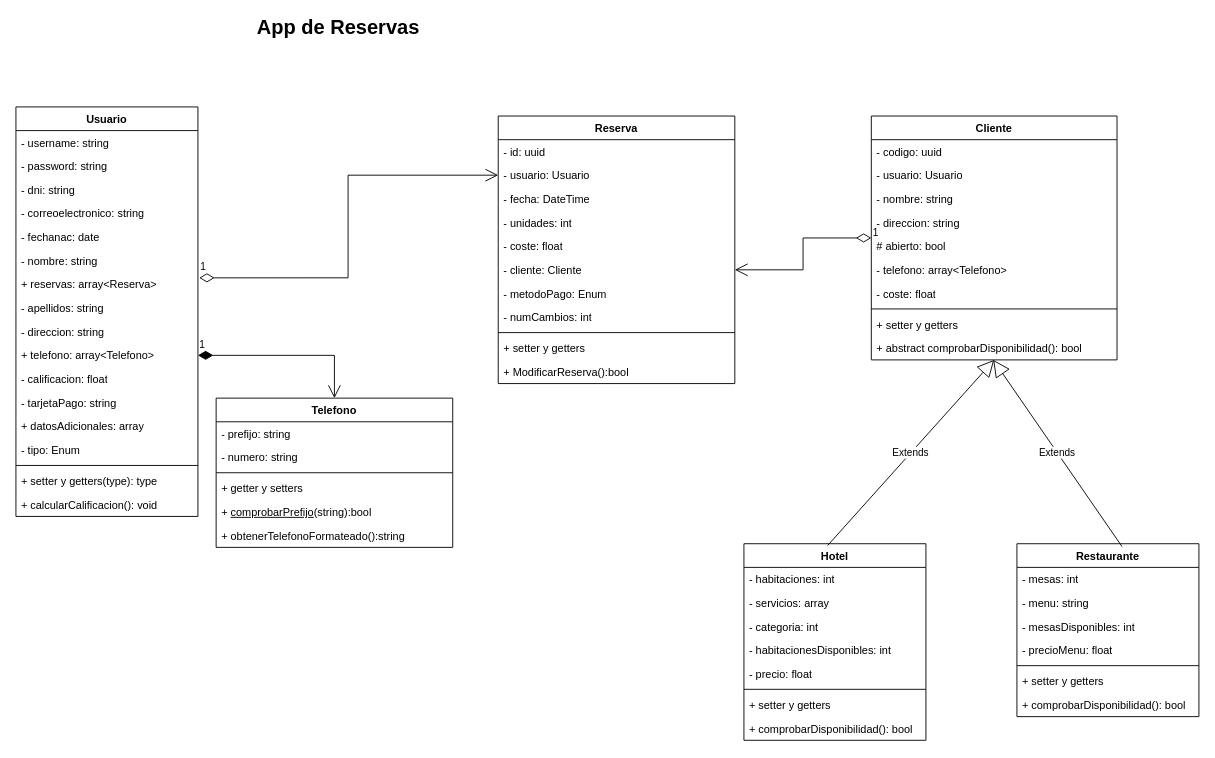
The draw.io diagram diagramas/proyecto2.drawio in migueltomasamat/examenOOTallerMecanico, before the edit. Source tidied: cells renumbered, new cells numbered last; positions are measured from the earlier drawing's top-left corner, leaving out a move shared by most shapes. Both pictures are drawn from the tidied source at 91%, with x=0, y=0 at pixel (15, 15).
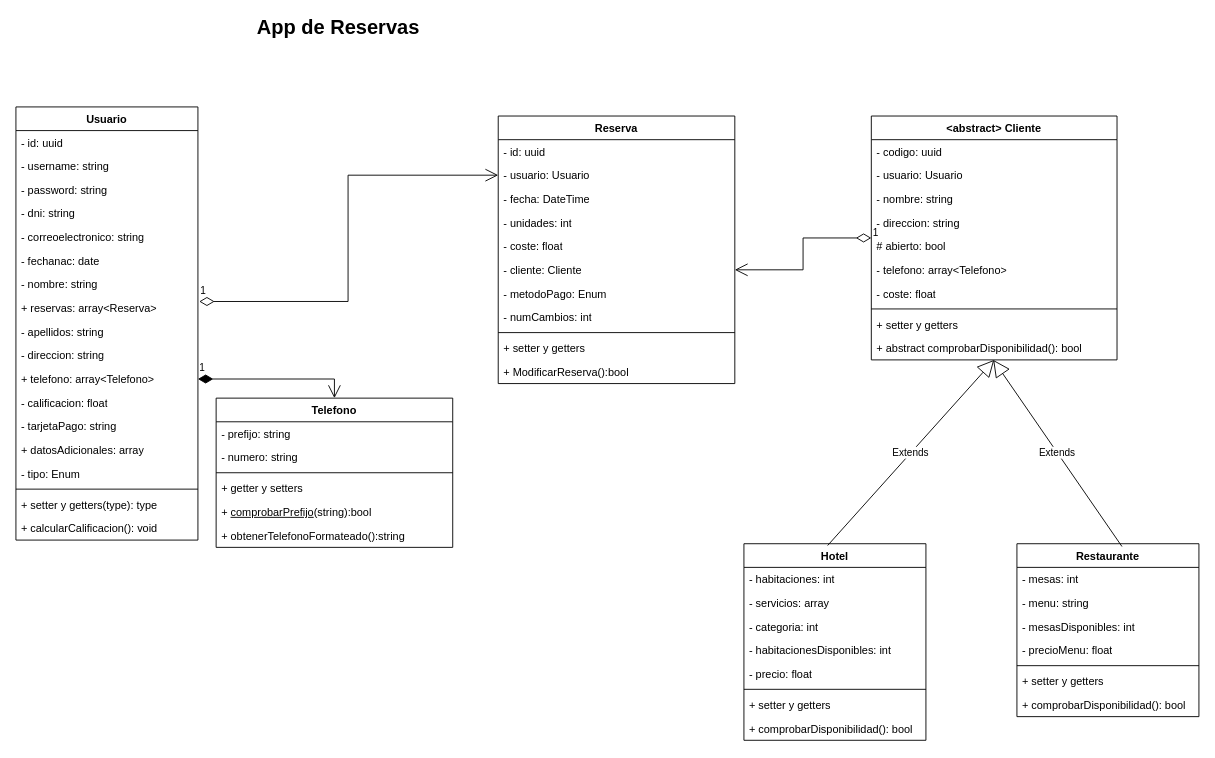
The same diagram, later.

Change to the diagram source:
```diff
@@
     <mxCell id="3" value="Usuario" style="swimlane;fontStyle=1;align=center;verticalAlign=top;horizontal=1;startSize=26;whiteSpace=wrap;html=1;" parent="1" vertex="1">
-      <mxGeometry y="100" width="200" height="450" as="geometry" />
+      <mxGeometry y="100" width="200" height="476" as="geometry" />
     </mxCell>
-    <mxCell id="4" value="- username: string" style="text;strokeColor=none;fillColor=none;align=left;verticalAlign=top;spacingLeft=4;spacingRight=4;overflow=hidden;whiteSpace=wrap;html=1;" parent="3" vertex="1">
+    <mxCell id="4" value="- id: uuid" style="text;strokeColor=none;fillColor=none;align=left;verticalAlign=top;spacingLeft=4;spacingRight=4;overflow=hidden;whiteSpace=wrap;html=1;" parent="3" vertex="1">
       <mxGeometry y="26" width="200" height="26" as="geometry" />
     </mxCell>
+    <mxCell id="73" value="- username: string" style="text;strokeColor=none;fillColor=none;align=left;verticalAlign=top;spacingLeft=4;spacingRight=4;overflow=hidden;whiteSpace=wrap;html=1;" parent="3" vertex="1">
+      <mxGeometry y="52" width="200" height="26" as="geometry" />
+    </mxCell>
     <mxCell id="5" value="- password: string" style="text;strokeColor=none;fillColor=none;align=left;verticalAlign=top;spacingLeft=4;spacingRight=4;overflow=hidden;whiteSpace=wrap;html=1;" parent="3" vertex="1">
-      <mxGeometry y="52" width="200" height="26" as="geometry" />
+      <mxGeometry y="78" width="200" height="26" as="geometry" />
     </mxCell>
     <mxCell id="6" value="- dni: string" style="text;strokeColor=none;fillColor=none;align=left;verticalAlign=top;spacingLeft=4;spacingRight=4;overflow=hidden;whiteSpace=wrap;html=1;" parent="3" vertex="1">
-      <mxGeometry y="78" width="200" height="26" as="geometry" />
+      <mxGeometry y="104" width="200" height="26" as="geometry" />
     </mxCell>
     <mxCell id="7" value="- correoelectronico: string" style="text;strokeColor=none;fillColor=none;align=left;verticalAlign=top;spacingLeft=4;spacingRight=4;overflow=hidden;whiteSpace=wrap;html=1;" parent="3" vertex="1">
-      <mxGeometry y="104" width="200" height="26" as="geometry" />
+      <mxGeometry y="130" width="200" height="26" as="geometry" />
     </mxCell>
     <mxCell id="8" value="- fechanac: date" style="text;strokeColor=none;fillColor=none;align=left;verticalAlign=top;spacingLeft=4;spacingRight=4;overflow=hidden;whiteSpace=wrap;html=1;" parent="3" vertex="1">
-      <mxGeometry y="130" width="200" height="26" as="geometry" />
+      <mxGeometry y="156" width="200" height="26" as="geometry" />
     </mxCell>
     <mxCell id="9" value="- nombre: string" style="text;strokeColor=none;fillColor=none;align=left;verticalAlign=top;spacingLeft=4;spacingRight=4;overflow=hidden;whiteSpace=wrap;html=1;" parent="3" vertex="1">
-      <mxGeometry y="156" width="200" height="26" as="geometry" />
+      <mxGeometry y="182" width="200" height="26" as="geometry" />
     </mxCell>
     <mxCell id="10" value="+ reservas: array&amp;lt;Reserva&amp;gt;" style="text;strokeColor=none;fillColor=none;align=left;verticalAlign=top;spacingLeft=4;spacingRight=4;overflow=hidden;points=[[0,0.5],[1,0.5]];portConstraint=eastwest;whiteSpace=wrap;html=1;" parent="3" vertex="1">
-      <mxGeometry y="182" width="200" height="26" as="geometry" />
+      <mxGeometry y="208" width="200" height="26" as="geometry" />
     </mxCell>
     <mxCell id="11" value="- apellidos: string" style="text;strokeColor=none;fillColor=none;align=left;verticalAlign=top;spacingLeft=4;spacingRight=4;overflow=hidden;whiteSpace=wrap;html=1;" parent="3" vertex="1">
-      <mxGeometry y="208" width="200" height="26" as="geometry" />
+      <mxGeometry y="234" width="200" height="26" as="geometry" />
     </mxCell>
     <mxCell id="12" value="- direccion: string" style="text;strokeColor=none;fillColor=none;align=left;verticalAlign=top;spacingLeft=4;spacingRight=4;overflow=hidden;whiteSpace=wrap;html=1;" parent="3" vertex="1">
-      <mxGeometry y="234" width="200" height="26" as="geometry" />
+      <mxGeometry y="260" width="200" height="26" as="geometry" />
     </mxCell>
     <mxCell id="13" value="+ telefono: array&amp;lt;Telefono&amp;gt;" style="text;strokeColor=none;fillColor=none;align=left;verticalAlign=top;spacingLeft=4;spacingRight=4;overflow=hidden;points=[[0,0.5],[1,0.5]];portConstraint=eastwest;whiteSpace=wrap;html=1;" parent="3" vertex="1">
-      <mxGeometry y="260" width="200" height="26" as="geometry" />
+      <mxGeometry y="286" width="200" height="26" as="geometry" />
     </mxCell>
     <mxCell id="14" value="- calificacion: float" style="text;strokeColor=none;fillColor=none;align=left;verticalAlign=top;spacingLeft=4;spacingRight=4;overflow=hidden;whiteSpace=wrap;html=1;" parent="3" vertex="1">
-      <mxGeometry y="286" width="200" height="26" as="geometry" />
+      <mxGeometry y="312" width="200" height="26" as="geometry" />
     </mxCell>
     <mxCell id="15" value="- tarjetaPago: string" style="text;strokeColor=none;fillColor=none;align=left;verticalAlign=top;spacingLeft=4;spacingRight=4;overflow=hidden;whiteSpace=wrap;html=1;" parent="3" vertex="1">
-      <mxGeometry y="312" width="200" height="26" as="geometry" />
+      <mxGeometry y="338" width="200" height="26" as="geometry" />
     </mxCell>
     <mxCell id="16" value="+ datosAdicionales: array" style="text;strokeColor=none;fillColor=none;align=left;verticalAlign=top;spacingLeft=4;spacingRight=4;overflow=hidden;whiteSpace=wrap;html=1;" parent="3" vertex="1">
-      <mxGeometry y="338" width="200" height="26" as="geometry" />
+      <mxGeometry y="364" width="200" height="26" as="geometry" />
     </mxCell>
     <mxCell id="17" value="- tipo: Enum" style="text;strokeColor=none;fillColor=none;align=left;verticalAlign=top;spacingLeft=4;spacingRight=4;overflow=hidden;whiteSpace=wrap;html=1;" parent="3" vertex="1">
-      <mxGeometry y="364" width="200" height="26" as="geometry" />
+      <mxGeometry y="390" width="200" height="26" as="geometry" />
     </mxCell>
     <mxCell id="18" style="line;strokeWidth=1;fillColor=none;align=left;verticalAlign=middle;spacingTop=-1;spacingLeft=3;spacingRight=3;labelPosition=right;strokeColor=inherit;" parent="3" vertex="1">
-      <mxGeometry y="390" width="200" height="8" as="geometry" />
+      <mxGeometry y="416" width="200" height="8" as="geometry" />
     </mxCell>
     <mxCell id="19" value="+ setter y getters(type): type" style="text;strokeColor=none;fillColor=none;align=left;verticalAlign=top;spacingLeft=4;spacingRight=4;overflow=hidden;whiteSpace=wrap;html=1;" parent="3" vertex="1">
-      <mxGeometry y="398" width="200" height="26" as="geometry" />
+      <mxGeometry y="424" width="200" height="26" as="geometry" />
     </mxCell>
     <mxCell id="20" value="+ calcularCalificacion(): void" style="text;strokeColor=none;fillColor=none;align=left;verticalAlign=top;spacingLeft=4;spacingRight=4;overflow=hidden;whiteSpace=wrap;html=1;" parent="3" vertex="1">
-      <mxGeometry y="424" width="200" height="26" as="geometry" />
+      <mxGeometry y="450" width="200" height="26" as="geometry" />
     </mxCell>
@@
-    <mxCell id="41" value="Cliente" style="swimlane;fontStyle=1;align=center;verticalAlign=top;horizontal=1;startSize=26;whiteSpace=wrap;html=1;" parent="1" vertex="1">
+    <mxCell id="41" value="&amp;lt;abstract&amp;gt; Cliente" style="swimlane;fontStyle=1;align=center;verticalAlign=top;horizontal=1;startSize=26;whiteSpace=wrap;html=1;" parent="1" vertex="1">
       <mxGeometry x="940" y="110" width="270" height="268" as="geometry" />
     </mxCell>
```
